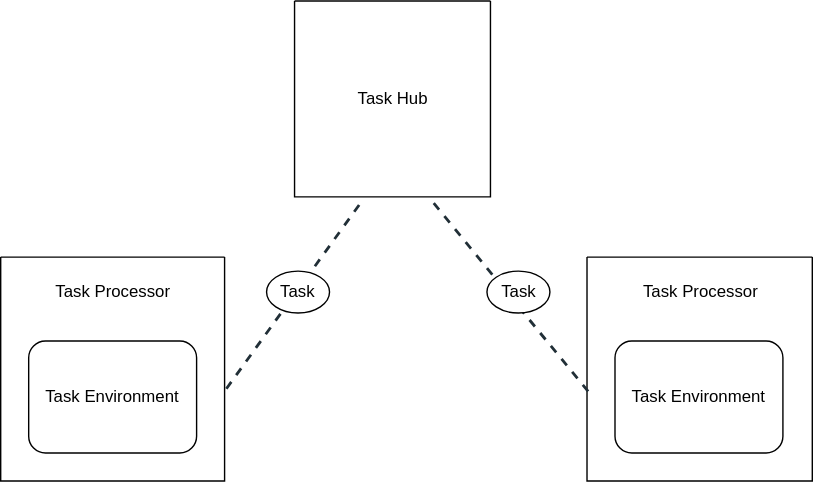
Before: Task.drawio.svg, a diagram exported from draw.io (markNZed/TaskFlow). Source tidied: cells renumbered, new cells last; positions are measured from the earlier drawing's top-left corner, leaving out a move shared by most shapes.
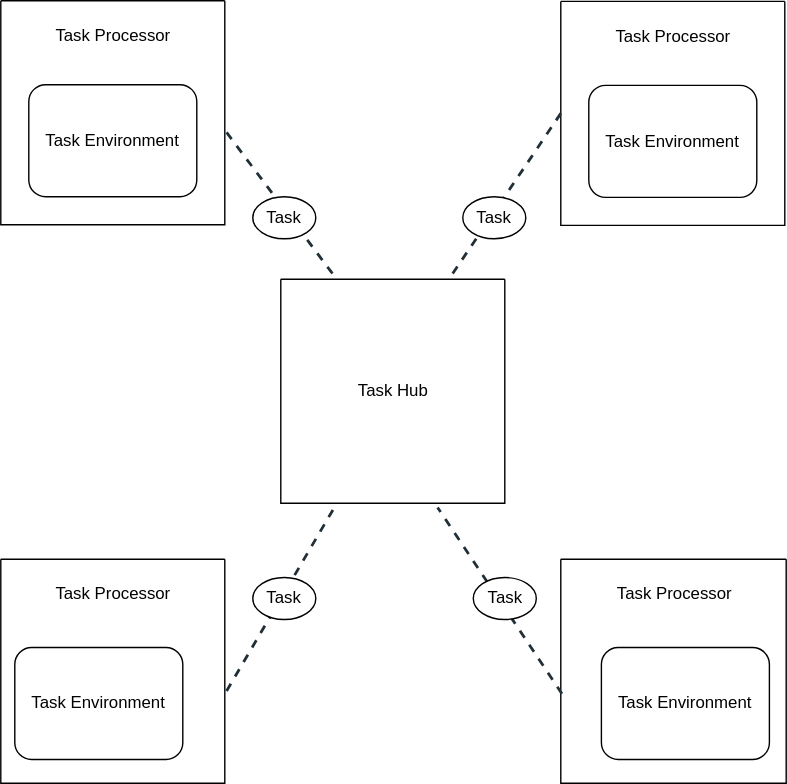
Above is the later version.

Change to the diagram source:
```diff
@@ -3,18 +3,18 @@
     <mxCell id="0" />
     <mxCell id="1" parent="0" />
     <mxCell id="2" style="swimlane;startSize=0;" parent="1" vertex="1">
-      <mxGeometry y="183" width="160" height="160" as="geometry" />
+      <mxGeometry x="10" y="180" width="160" height="160" as="geometry" />
     </mxCell>
     <mxCell id="3" value="Task Processor" style="text;html=1;align=center;verticalAlign=middle;strokeColor=none;fillColor=none;" parent="2" vertex="1">
       <mxGeometry x="25" y="10" width="110" height="30" as="geometry" />
     </mxCell>
     <mxCell id="4" style="swimlane;startSize=0;" parent="1" vertex="1">
-      <mxGeometry x="419" y="183" width="161" height="160" as="geometry" />
+      <mxGeometry x="410" y="180" width="161" height="160" as="geometry" />
     </mxCell>
     <mxCell id="5" value="Task Processor" style="text;html=1;align=center;verticalAlign=middle;strokeColor=none;fillColor=none;" parent="4" vertex="1">
       <mxGeometry x="26" y="10" width="110" height="30" as="geometry" />
     </mxCell>
-    <mxCell id="6" style="endArrow=none;dashed=1;html=1;strokeColor=#212f37;strokeWidth=2;fontFamily=Titillium Web;fontSize=18;fontColor=#212f37;elbow=vertical;exitX=1.008;exitY=0.588;exitDx=0;exitDy=0;entryX=0.35;entryY=1.013;entryDx=0;entryDy=0;entryPerimeter=0;exitPerimeter=0;" parent="1" edge="1" source="2" target="9">
+    <mxCell id="6" style="endArrow=none;dashed=1;html=1;strokeColor=#212f37;strokeWidth=2;fontFamily=Titillium Web;fontSize=18;fontColor=#212f37;elbow=vertical;exitX=1.008;exitY=0.588;exitDx=0;exitDy=0;entryX=0.25;entryY=1;entryDx=0;entryDy=0;exitPerimeter=0;" parent="1" edge="1" source="2" target="9">
       <mxGeometry relative="1" as="geometry" />
     </mxCell>
     <mxCell id="7" value="Task" style="ellipse;whiteSpace=wrap;html=1;" parent="1" vertex="1">
@@ -24,10 +24,10 @@
       <mxGeometry relative="1" as="geometry" />
     </mxCell>
     <mxCell id="9" style="swimlane;startSize=0;" parent="1" vertex="1">
-      <mxGeometry x="210" width="140" height="140" as="geometry" />
+      <mxGeometry x="210" y="-20" width="160" height="160" as="geometry" />
     </mxCell>
     <mxCell id="10" value="Task Hub" style="text;html=1;align=center;verticalAlign=middle;strokeColor=none;fillColor=none;" parent="9" vertex="1">
-      <mxGeometry x="30" y="55" width="80" height="30" as="geometry" />
+      <mxGeometry x="40" y="65" width="80" height="30" as="geometry" />
     </mxCell>
     <mxCell id="11" value="Task" style="ellipse;whiteSpace=wrap;html=1;" parent="1" vertex="1">
       <mxGeometry x="347.5" y="193" width="45" height="30" as="geometry" />
@@ -38,5 +38,35 @@
     <mxCell id="13" value="Task Environment" style="rounded=1;whiteSpace=wrap;html=1;" parent="1" vertex="1">
       <mxGeometry x="439" y="243" width="120" height="80" as="geometry" />
     </mxCell>
+    <mxCell id="14" style="swimlane;startSize=0;" parent="1" vertex="1">
+      <mxGeometry x="10" y="-219" width="160" height="160" as="geometry" />
+    </mxCell>
+    <mxCell id="15" value="Task Processor" style="text;html=1;align=center;verticalAlign=middle;strokeColor=none;fillColor=none;" parent="14" vertex="1">
+      <mxGeometry x="25" y="10" width="110" height="30" as="geometry" />
+    </mxCell>
+    <mxCell id="16" style="endArrow=none;dashed=1;html=1;strokeColor=#212f37;strokeWidth=2;fontFamily=Titillium Web;fontSize=18;fontColor=#212f37;elbow=vertical;exitX=1.008;exitY=0.588;exitDx=0;exitDy=0;entryX=0.25;entryY=0;entryDx=0;entryDy=0;exitPerimeter=0;" parent="1" edge="1" source="14" target="9">
+      <mxGeometry relative="1" as="geometry" />
+    </mxCell>
+    <mxCell id="17" value="Task" style="ellipse;whiteSpace=wrap;html=1;" parent="1" vertex="1">
+      <mxGeometry x="190" y="-79" width="45" height="30" as="geometry" />
+    </mxCell>
+    <mxCell id="18" value="Task Environment" style="rounded=1;whiteSpace=wrap;html=1;" parent="1" vertex="1">
+      <mxGeometry x="30" y="-159" width="120" height="80" as="geometry" />
+    </mxCell>
+    <mxCell id="19" style="swimlane;startSize=0;" parent="1" vertex="1">
+      <mxGeometry x="410" y="-218.5" width="160" height="160" as="geometry" />
+    </mxCell>
+    <mxCell id="20" value="Task Processor" style="text;html=1;align=center;verticalAlign=middle;strokeColor=none;fillColor=none;" parent="19" vertex="1">
+      <mxGeometry x="25" y="10" width="110" height="30" as="geometry" />
+    </mxCell>
+    <mxCell id="21" style="endArrow=none;dashed=1;html=1;strokeColor=#212f37;strokeWidth=2;fontFamily=Titillium Web;fontSize=18;fontColor=#212f37;elbow=vertical;exitX=0;exitY=0.5;exitDx=0;exitDy=0;entryX=0.75;entryY=0;entryDx=0;entryDy=0;" parent="1" edge="1" source="19" target="9">
+      <mxGeometry relative="1" as="geometry" />
+    </mxCell>
+    <mxCell id="22" value="Task" style="ellipse;whiteSpace=wrap;html=1;" parent="1" vertex="1">
+      <mxGeometry x="340" y="-79" width="45" height="30" as="geometry" />
+    </mxCell>
+    <mxCell id="23" value="Task Environment" style="rounded=1;whiteSpace=wrap;html=1;" parent="1" vertex="1">
+      <mxGeometry x="430" y="-158.5" width="120" height="80" as="geometry" />
+    </mxCell>
   </root>
 </mxGraphModel>
```
